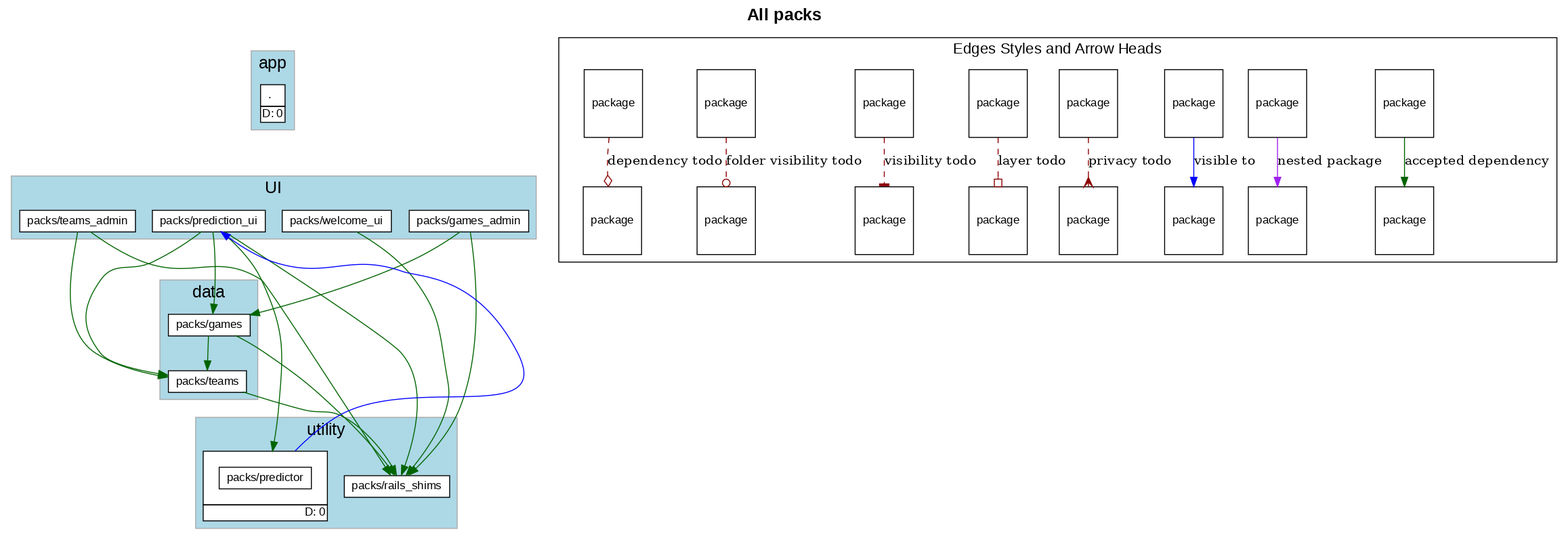
The Graphviz diagram diagrams/all_packs.png in shageman/package-based-rails-applications, before a commit. Its source is kept beside it as diagrams/all_packs.dot.
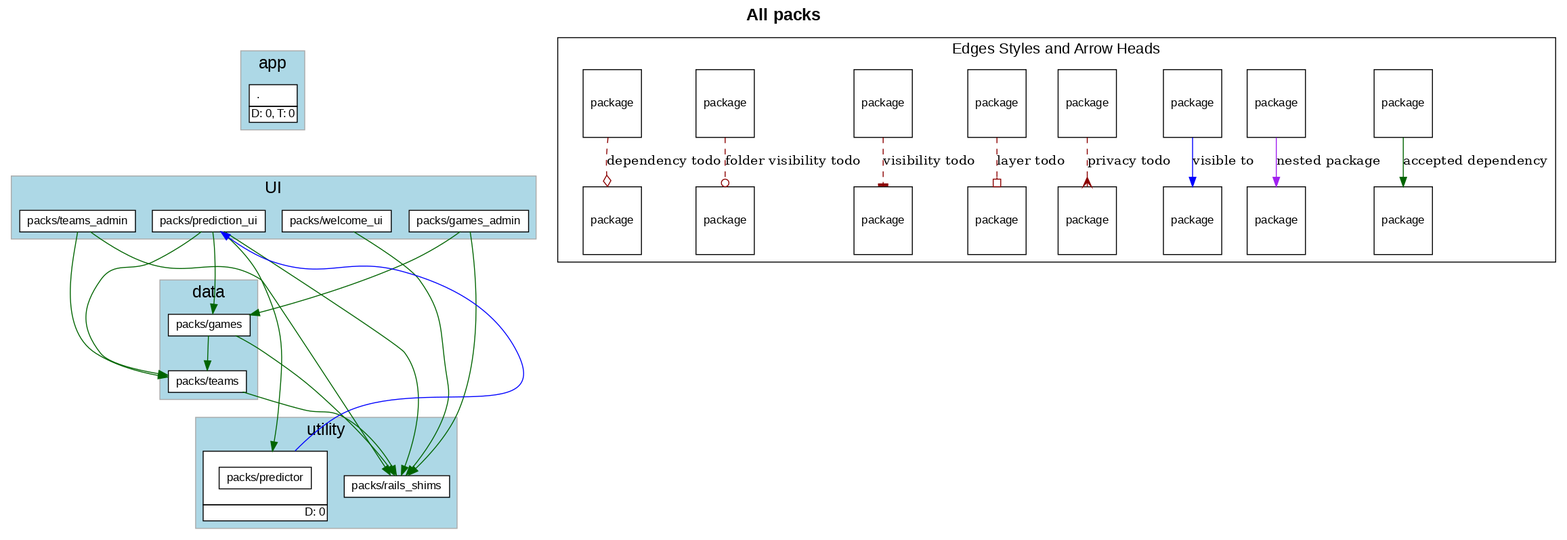
After the change.

What changed in the source:
```diff
@@ -30,7 +30,7 @@
             label= <
                 <table border='0' cellborder='1' cellspacing='0' cellpadding='4'>
                   <tr> <td align='left'> . </td> </tr>
-                  <tr><td CELLPADDING='1' ALIGN='RIGHT'>D: 0</td></tr>
+                  <tr><td CELLPADDING='1' ALIGN='RIGHT'>D: 0, T: 0</td></tr>
                 </table>
               >
           ]
```
